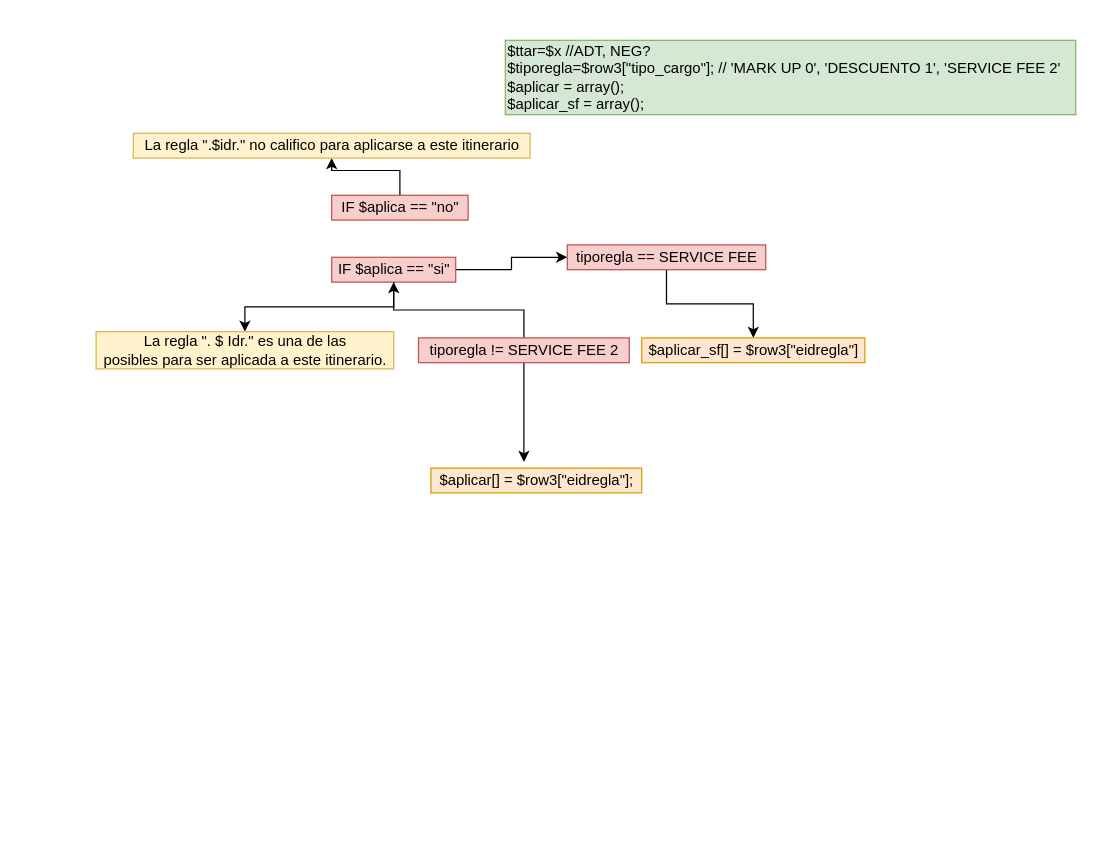
This is For/Si aplica o no.drawio from tomaslvidal/bootstrap-4-setting-and-diagram-use, a draw.io file, before an edit. Source tidied: cells renumbered, new cells numbered last; positions are measured from the earlier drawing's top-left corner, leaving out a move shared by most shapes. Both pictures are drawn from the tidied source at 124%, with x=0, y=0 at pixel (95, 40).
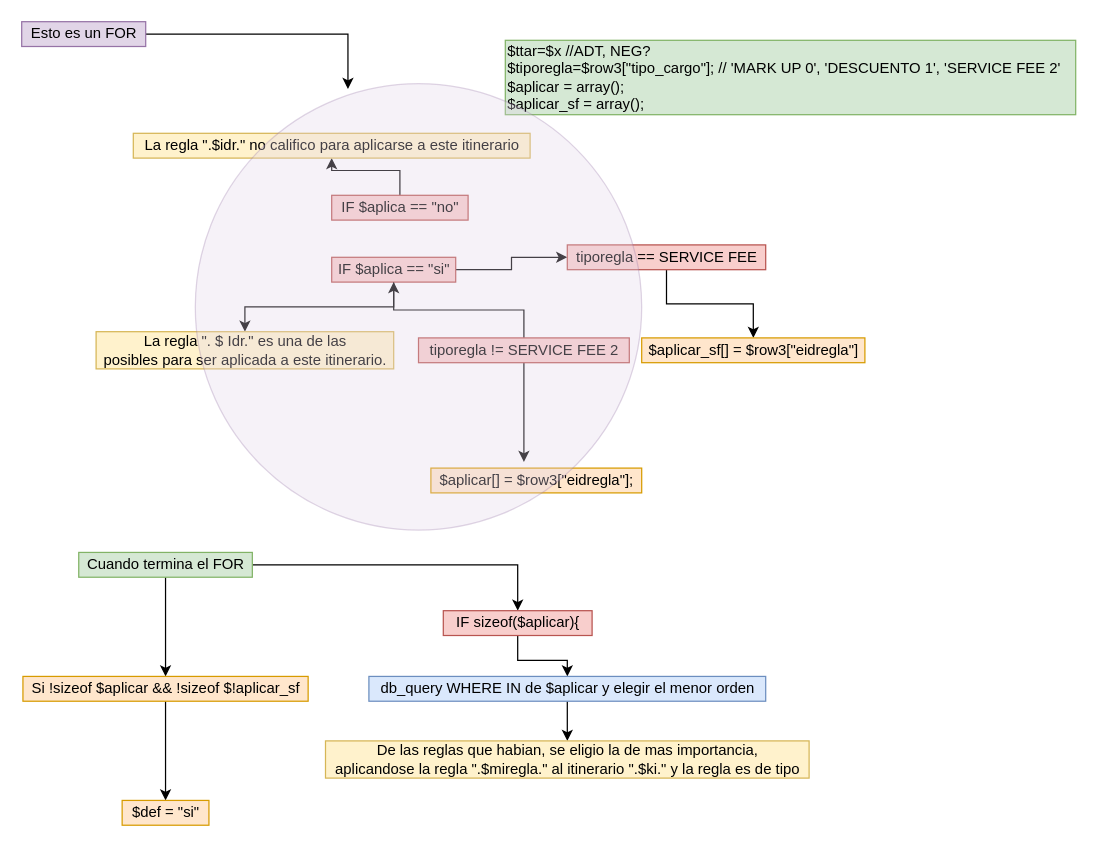
The same page after the edit.

Diff of the diagram source:
```diff
@@
+    <mxCell id="17" style="edgeStyle=orthogonalEdgeStyle;rounded=0;jettySize=auto;html=1;entryX=0.342;entryY=0.012;entryDx=0;entryDy=0;entryPerimeter=0;" parent="1" edge="1" source="18" target="30">
+      <mxGeometry relative="1" as="geometry" />
+    </mxCell>
+    <mxCell id="18" value="Esto es un FOR&lt;br&gt;" style="text;html=1;align=center;verticalAlign=middle;points=[];fillColor=#e1d5e7;strokeColor=#9673a6;" parent="1" vertex="1">
+      <mxGeometry x="-60" y="-15" width="100" height="20" as="geometry" />
+    </mxCell>
+    <mxCell id="19" style="edgeStyle=orthogonalEdgeStyle;rounded=0;jettySize=auto;html=1;" parent="1" edge="1" source="21" target="28">
+      <mxGeometry relative="1" as="geometry" />
+    </mxCell>
+    <mxCell id="20" style="edgeStyle=orthogonalEdgeStyle;rounded=0;jettySize=auto;html=1;" parent="1" edge="1" source="21" target="23">
+      <mxGeometry relative="1" as="geometry" />
+    </mxCell>
+    <mxCell id="21" value="Cuando termina el FOR&lt;br&gt;" style="text;html=1;align=center;verticalAlign=middle;points=[];fillColor=#d5e8d4;strokeColor=#82b366;" parent="1" vertex="1">
+      <mxGeometry x="-14" y="413" width="140" height="20" as="geometry" />
+    </mxCell>
+    <mxCell id="22" style="edgeStyle=orthogonalEdgeStyle;rounded=0;jettySize=auto;html=1;" parent="1" edge="1" source="23" target="25">
+      <mxGeometry relative="1" as="geometry" />
+    </mxCell>
+    <mxCell id="23" value="IF sizeof($aplicar){" style="text;html=1;align=center;verticalAlign=middle;points=[];fillColor=#f8cecc;strokeColor=#b85450;" parent="1" vertex="1">
+      <mxGeometry x="280" y="460" width="120" height="20" as="geometry" />
+    </mxCell>
+    <mxCell id="24" style="edgeStyle=orthogonalEdgeStyle;rounded=0;jettySize=auto;html=1;" parent="1" edge="1" source="25" target="26">
+      <mxGeometry relative="1" as="geometry" />
+    </mxCell>
+    <mxCell id="25" value="db_query WHERE IN de $aplicar y elegir el menor orden" style="text;html=1;align=center;verticalAlign=middle;points=[];fillColor=#dae8fc;strokeColor=#6c8ebf;" parent="1" vertex="1">
+      <mxGeometry x="220" y="513" width="320" height="20" as="geometry" />
+    </mxCell>
+    <mxCell id="26" value="De las reglas que habian, se eligio la de mas importancia, &lt;br&gt;aplicandose la regla &quot;.$miregla.&quot; al itinerario &quot;.$ki.&quot; y la regla es de tipo" style="text;html=1;align=center;verticalAlign=middle;points=[];fillColor=#fff2cc;strokeColor=#d6b656;" parent="1" vertex="1">
+      <mxGeometry x="185" y="565" width="390" height="30" as="geometry" />
+    </mxCell>
+    <mxCell id="27" style="edgeStyle=orthogonalEdgeStyle;rounded=0;jettySize=auto;html=1;" parent="1" edge="1" source="28" target="29">
+      <mxGeometry relative="1" as="geometry" />
+    </mxCell>
+    <mxCell id="28" value="Si !sizeof $aplicar &amp;amp;&amp;amp; !sizeof $!aplicar_sf" style="text;html=1;align=center;verticalAlign=middle;points=[];fillColor=#ffe6cc;strokeColor=#d79b00;" parent="1" vertex="1">
+      <mxGeometry x="-59" y="513" width="230" height="20" as="geometry" />
+    </mxCell>
+    <mxCell id="29" value="$def = &quot;si&quot;" style="text;html=1;align=center;verticalAlign=middle;points=[];fillColor=#ffe6cc;strokeColor=#d79b00;" parent="1" vertex="1">
+      <mxGeometry x="21" y="613" width="70" height="20" as="geometry" />
+    </mxCell>
+    <mxCell id="30" style="ellipse;whiteSpace=wrap;html=1;opacity=30;fillColor=#e1d5e7;strokeColor=#9673a6;" parent="1" vertex="1">
+      <mxGeometry x="80" y="35" width="360" height="360" as="geometry" />
+    </mxCell>
```
